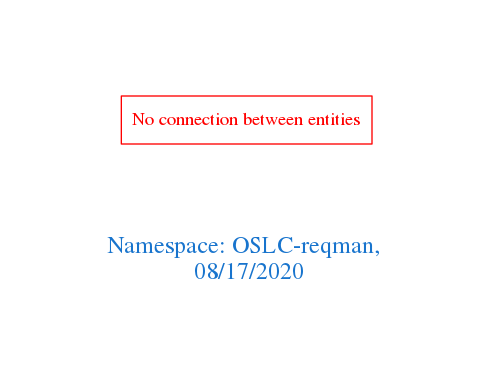
Above: downloads/OSLC-reqman.png in arago/OGIT (Graphviz), before the change. Its source is kept beside it as downloads/OSLC-reqman.dot.
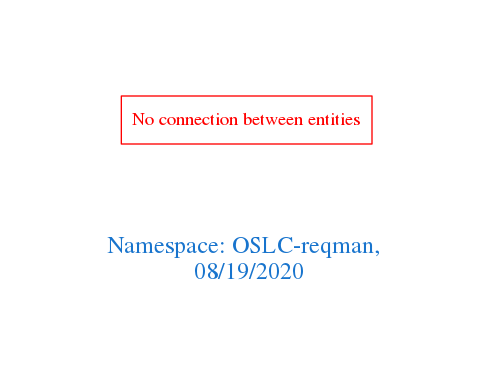
The same diagram one commit later.

The edit, as a diff of the source:
```diff
@@ -1,7 +1,7 @@
 digraph OGIT_ontology {
  graph [ rankdir= LR,pad=1
 fontsize = 18,
-fontcolor= dodgerblue3,label = "\n\n\nNamespace: OSLC-reqman, \n 08/17/2020"];
+fontcolor= dodgerblue3,label = "\n\n\nNamespace: OSLC-reqman, \n 08/19/2020"];
 node[shape=polygon];
 edge [  color="gray81"];
 
```
